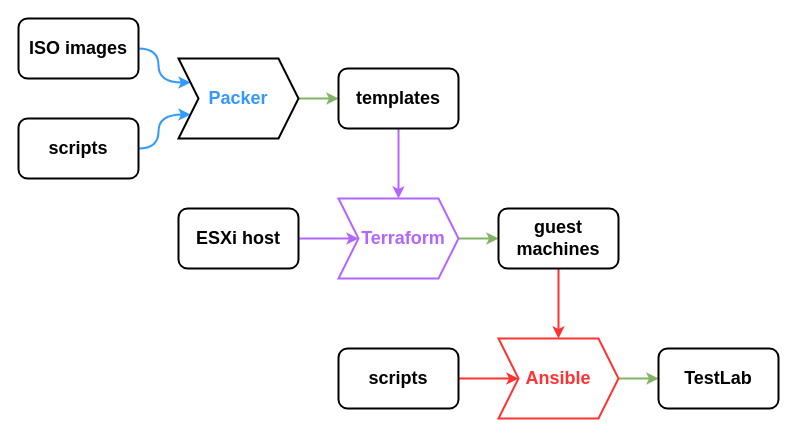
Before: img/TestLab/setup.drawio in eWalker-TestLab/Documentation, a draw.io diagram. Source tidied: cells renumbered, new cells numbered last; positions are measured from the earlier drawing's top-left corner, leaving out a move shared by most shapes. Both pictures are drawn from the tidied source at 100%, with x=0, y=0 at pixel (18, 18).
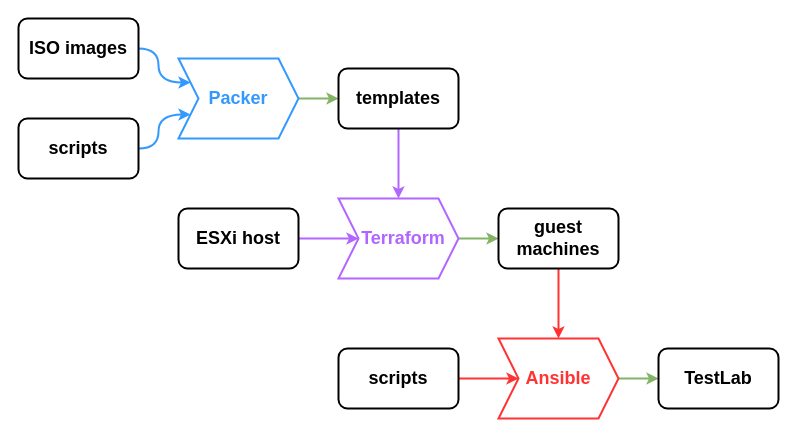
Above is the later version.

Commit message (it also covers changes not shown here):
Update setup diagram

Diff of the diagram source:
```diff
@@
-    <mxCell id="7" value="&lt;h2&gt;&lt;font color=&quot;#3399ff&quot;&gt;Packer&lt;/font&gt;&lt;/h2&gt;" style="shape=step;perimeter=stepPerimeter;whiteSpace=wrap;html=1;fixedSize=1;strokeColor=#000000;strokeWidth=2;" parent="1" vertex="1">
+    <mxCell id="7" value="&lt;h2&gt;&lt;font color=&quot;#3399ff&quot;&gt;Packer&lt;/font&gt;&lt;/h2&gt;" style="shape=step;perimeter=stepPerimeter;whiteSpace=wrap;html=1;fixedSize=1;strokeColor=#3399FF;strokeWidth=2;" parent="1" vertex="1">
       <mxGeometry x="160" y="40" width="120" height="80" as="geometry" />
     </mxCell>
```
